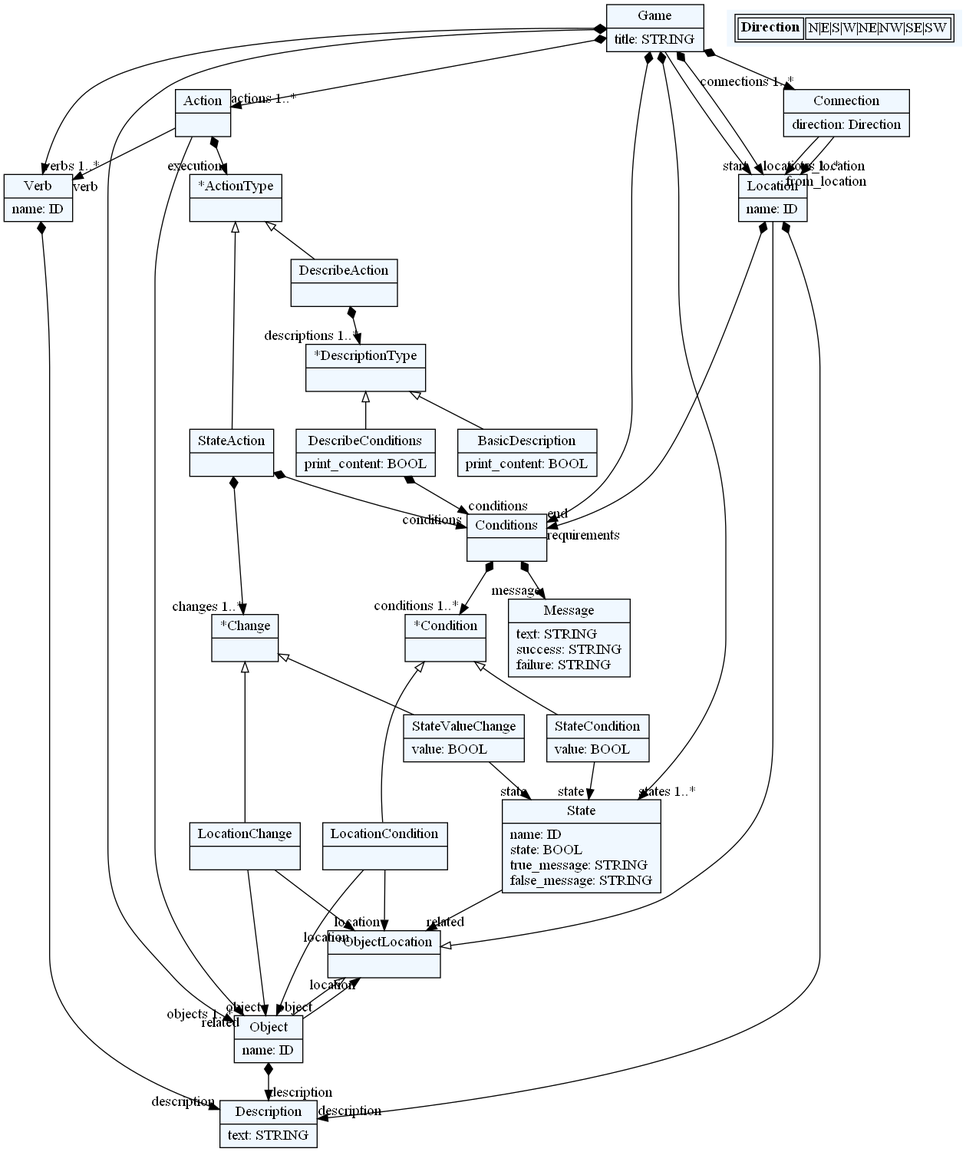
Earlier version of the Graphviz export dotexport/grammar.png (AleksaIvkovic/WhatIf). Its source is kept beside it as dotexport/grammar.dot.
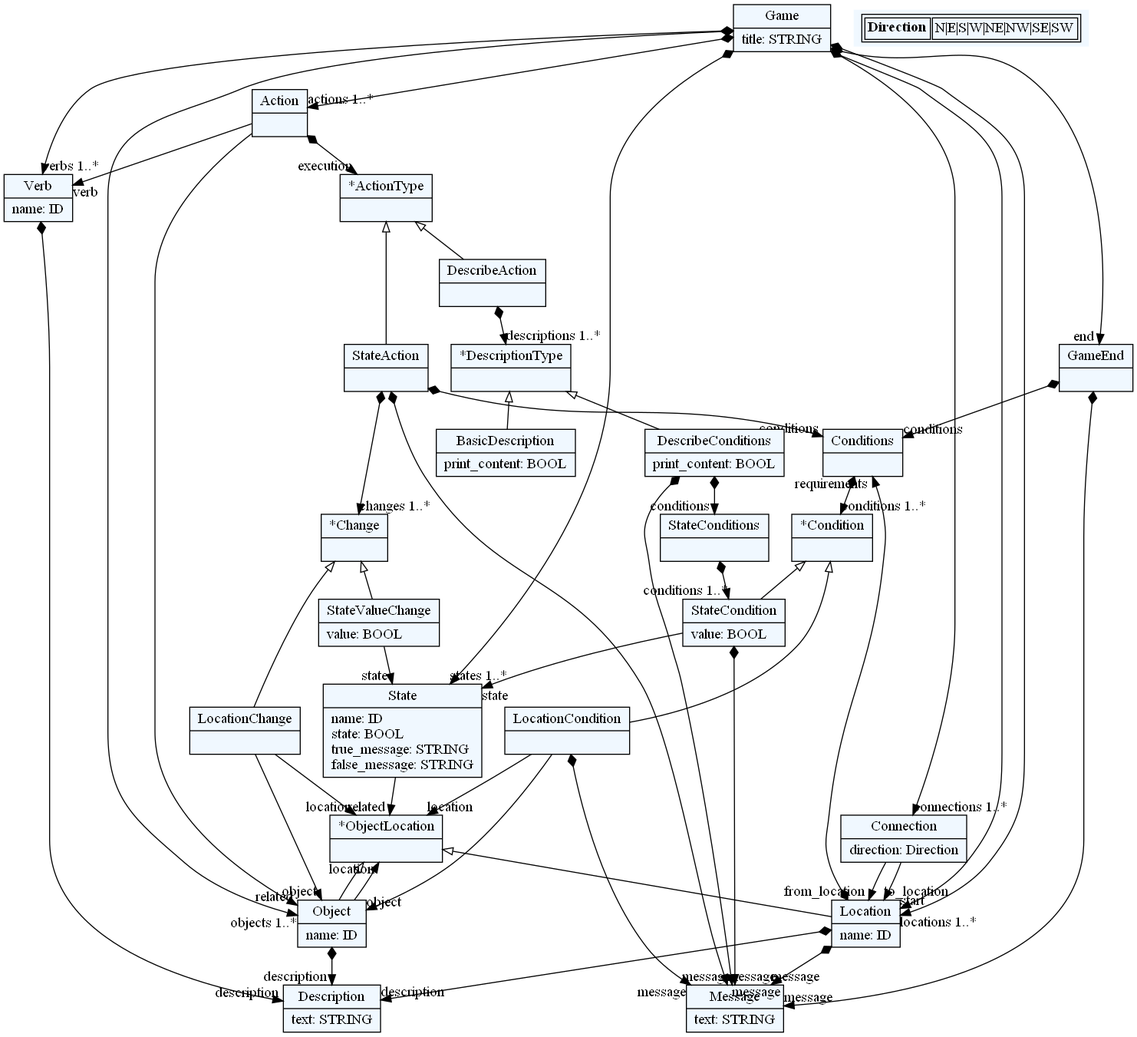
Above is the later version.

Change to the diagram source:
```diff
@@ -10,95 +10,106 @@
     edge[dir=black,arrowtail=empty]
 
 
-1899128651104[ label="{Game|title: STRING\l}"]
+2012577472848[ label="{Game|title: STRING\l}"]
 
-1899128658656[ label="{Verb|name: ID\l}"]
+2012577493616[ label="{GameEnd|}"]
 
-1899128637888[ label="{Location|name: ID\l}"]
+2012577485120[ label="{Verb|name: ID\l}"]
 
-1899128636944[ label="{Conditions|}"]
+2012577474736[ label="{Location|name: ID\l}"]
 
-1899128636000[ label="{*Condition|}"]
+2012577490784[ label="{Conditions|}"]
 
-1899128673760[ label="{StateCondition|value: BOOL\l}"]
+2012577497392[ label="{StateConditions|}"]
 
-1899128657712[ label="{LocationCondition|}"]
+2012577500224[ label="{*Condition|}"]
 
-1899128669984[ label="{*ObjectLocation|}"]
+2012577504944[ label="{StateCondition|value: BOOL\l}"]
 
-1899128678480[ label="{Connection|direction: Direction\l}"]
+2012577511552[ label="{LocationCondition|}"]
 
-1899128649216[ label="{Object|name: ID\l}"]
+2012577514384[ label="{*ObjectLocation|}"]
 
-1899128686032[ label="{State|name: ID\lstate: BOOL\ltrue_message: STRING\lfalse_message: STRING\l}"]
+2012577513440[ label="{Connection|direction: Direction\l}"]
 
-1899128683200[ label="{*Change|}"]
+2012577463408[ label="{Object|name: ID\l}"]
 
-1899128690752[ label="{StateValueChange|value: BOOL\l}"]
+2012577516272[ label="{State|name: ID\lstate: BOOL\ltrue_message: STRING\lfalse_message: STRING\l}"]
 
-1899129433168[ label="{LocationChange|}"]
+2012577515328[ label="{*Change|}"]
 
-1899129442608[ label="{Action|}"]
+2012577496448[ label="{StateValueChange|value: BOOL\l}"]
 
-1899129434112[ label="{*ActionType|}"]
+2012577510608[ label="{LocationChange|}"]
 
-1899129444496[ label="{StateAction|}"]
+2012607807456[ label="{Action|}"]
 
-1899129437888[ label="{DescribeAction|}"]
+2012607808400[ label="{*ActionType|}"]
 
-1899129439776[ label="{*DescriptionType|}"]
+2012607799904[ label="{StateAction|}"]
 
-1899129415232[ label="{BasicDescription|print_content: BOOL\l}"]
+2012607802736[ label="{DescribeAction|}"]
 
-1899129441664[ label="{DescribeConditions|print_content: BOOL\l}"]
+2012607810288[ label="{*DescriptionType|}"]
 
-1899129417120[ label="{Description|text: STRING\l}"]
+2012607820672[ label="{BasicDescription|print_content: BOOL\l}"]
 
-1899129422784[ label="{Message|text: STRING\lsuccess: STRING\lfailure: STRING\l}"]
+2012607803680[ label="{DescribeConditions|print_content: BOOL\l}"]
+
+2012607806512[ label="{Description|text: STRING\l}"]
+
+2012607813120[ label="{Message|text: STRING\l}"]
 
 
 
-1899128651104 -> 1899128637888[headlabel="start "]
-1899128651104 -> 1899128636944[arrowtail=diamond, dir=both, headlabel="end "]
-1899128651104 -> 1899128637888[arrowtail=diamond, dir=both, headlabel="locations 1..*"]
-1899128651104 -> 1899128678480[arrowtail=diamond, dir=both, headlabel="connections 1..*"]
-1899128651104 -> 1899128649216[arrowtail=diamond, dir=both, headlabel="objects 1..*"]
-1899128651104 -> 1899128686032[arrowtail=diamond, dir=both, headlabel="states 1..*"]
-1899128651104 -> 1899129442608[arrowtail=diamond, dir=both, headlabel="actions 1..*"]
-1899128651104 -> 1899128658656[arrowtail=diamond, dir=both, headlabel="verbs 1..*"]
-1899128658656 -> 1899129417120[arrowtail=diamond, dir=both, headlabel="description "]
-1899128637888 -> 1899129417120[arrowtail=diamond, dir=both, headlabel="description "]
-1899128637888 -> 1899128636944[arrowtail=diamond, dir=both, headlabel="requirements "]
-1899128636944 -> 1899128636000[arrowtail=diamond, dir=both, headlabel="conditions 1..*"]
-1899128636944 -> 1899129422784[arrowtail=diamond, dir=both, headlabel="message "]
-1899128636000 -> 1899128673760 [dir=back]
-1899128636000 -> 1899128657712 [dir=back]
-1899128673760 -> 1899128686032[headlabel="state "]
-1899128657712 -> 1899128649216[headlabel="object "]
-1899128657712 -> 1899128669984[headlabel="location "]
-1899128669984 -> 1899128637888 [dir=back]
-1899128669984 -> 1899128649216 [dir=back]
-1899128678480 -> 1899128637888[headlabel="from_location "]
-1899128678480 -> 1899128637888[headlabel="to_location "]
-1899128649216 -> 1899129417120[arrowtail=diamond, dir=both, headlabel="description "]
-1899128649216 -> 1899128669984[headlabel="location "]
-1899128686032 -> 1899128669984[headlabel="related "]
-1899128683200 -> 1899128690752 [dir=back]
-1899128683200 -> 1899129433168 [dir=back]
-1899128690752 -> 1899128686032[headlabel="state "]
-1899129433168 -> 1899128649216[headlabel="object "]
-1899129433168 -> 1899128669984[headlabel="location "]
-1899129442608 -> 1899128658656[headlabel="verb "]
-1899129442608 -> 1899128649216[headlabel="related "]
-1899129442608 -> 1899129434112[arrowtail=diamond, dir=both, headlabel="execution "]
-1899129434112 -> 1899129444496 [dir=back]
-1899129434112 -> 1899129437888 [dir=back]
-1899129444496 -> 1899128636944[arrowtail=diamond, dir=both, headlabel="conditions "]
-1899129444496 -> 1899128683200[arrowtail=diamond, dir=both, headlabel="changes 1..*"]
-1899129437888 -> 1899129439776[arrowtail=diamond, dir=both, headlabel="descriptions 1..*"]
-1899129439776 -> 1899129415232 [dir=back]
-1899129439776 -> 1899129441664 [dir=back]
-1899129441664 -> 1899128636944[arrowtail=diamond, dir=both, headlabel="conditions "]
+2012577472848 -> 2012577474736[headlabel="start "]
+2012577472848 -> 2012577493616[arrowtail=diamond, dir=both, headlabel="end "]
+2012577472848 -> 2012577474736[arrowtail=diamond, dir=both, headlabel="locations 1..*"]
+2012577472848 -> 2012577513440[arrowtail=diamond, dir=both, headlabel="connections 1..*"]
+2012577472848 -> 2012577463408[arrowtail=diamond, dir=both, headlabel="objects 1..*"]
+2012577472848 -> 2012577516272[arrowtail=diamond, dir=both, headlabel="states 1..*"]
+2012577472848 -> 2012607807456[arrowtail=diamond, dir=both, headlabel="actions 1..*"]
+2012577472848 -> 2012577485120[arrowtail=diamond, dir=both, headlabel="verbs 1..*"]
+2012577493616 -> 2012577490784[arrowtail=diamond, dir=both, headlabel="conditions "]
+2012577493616 -> 2012607813120[arrowtail=diamond, dir=both, headlabel="message "]
+2012577485120 -> 2012607806512[arrowtail=diamond, dir=both, headlabel="description "]
+2012577474736 -> 2012607806512[arrowtail=diamond, dir=both, headlabel="description "]
+2012577474736 -> 2012577490784[arrowtail=diamond, dir=both, headlabel="requirements "]
+2012577474736 -> 2012607813120[arrowtail=diamond, dir=both, headlabel="message "]
+2012577490784 -> 2012577500224[arrowtail=diamond, dir=both, headlabel="conditions 1..*"]
+2012577497392 -> 2012577504944[arrowtail=diamond, dir=both, headlabel="conditions 1..*"]
+2012577500224 -> 2012577504944 [dir=back]
+2012577500224 -> 2012577511552 [dir=back]
+2012577504944 -> 2012577516272[headlabel="state "]
+2012577504944 -> 2012607813120[arrowtail=diamond, dir=both, headlabel="message "]
+2012577511552 -> 2012577463408[headlabel="object "]
+2012577511552 -> 2012577514384[headlabel="location "]
+2012577511552 -> 2012607813120[arrowtail=diamond, dir=both, headlabel="message "]
+2012577514384 -> 2012577474736 [dir=back]
+2012577514384 -> 2012577463408 [dir=back]
+2012577513440 -> 2012577474736[headlabel="from_location "]
+2012577513440 -> 2012577474736[headlabel="to_location "]
+2012577463408 -> 2012607806512[arrowtail=diamond, dir=both, headlabel="description "]
+2012577463408 -> 2012577514384[headlabel="location "]
+2012577516272 -> 2012577514384[headlabel="related "]
+2012577515328 -> 2012577496448 [dir=back]
+2012577515328 -> 2012577510608 [dir=back]
+2012577496448 -> 2012577516272[headlabel="state "]
+2012577510608 -> 2012577463408[headlabel="object "]
+2012577510608 -> 2012577514384[headlabel="location "]
+2012607807456 -> 2012577485120[headlabel="verb "]
+2012607807456 -> 2012577463408[headlabel="related "]
+2012607807456 -> 2012607808400[arrowtail=diamond, dir=both, headlabel="execution "]
+2012607808400 -> 2012607799904 [dir=back]
+2012607808400 -> 2012607802736 [dir=back]
+2012607799904 -> 2012577490784[arrowtail=diamond, dir=both, headlabel="conditions "]
+2012607799904 -> 2012577515328[arrowtail=diamond, dir=both, headlabel="changes 1..*"]
+2012607799904 -> 2012607813120[arrowtail=diamond, dir=both, headlabel="message "]
+2012607802736 -> 2012607810288[arrowtail=diamond, dir=both, headlabel="descriptions 1..*"]
+2012607810288 -> 2012607820672 [dir=back]
+2012607810288 -> 2012607803680 [dir=back]
+2012607803680 -> 2012577497392[arrowtail=diamond, dir=both, headlabel="conditions "]
+2012607803680 -> 2012607813120[arrowtail=diamond, dir=both, headlabel="message "]
 match_rules [ shape=plaintext, label=< <table>
 	<tr>
 		<td><b>Direction</b></td><td>N|E|S|W|NE|NW|SE|SW</td>
```
